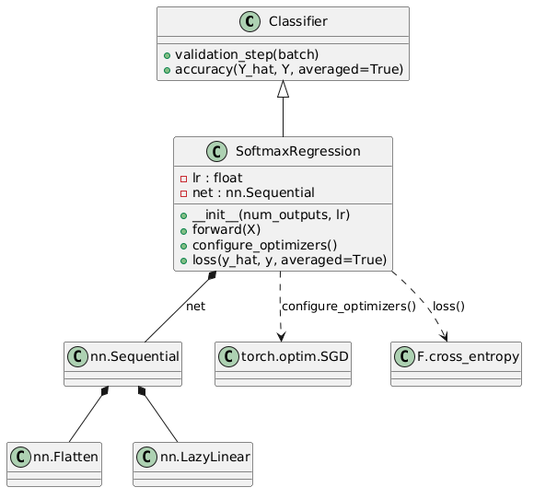
The PlantUML diagram SoftmaxRegression/diagrams/UML-SoftmaxRegressionPytorchAPI.png in TuluiEduardAndrei/DLFromScratch, before a commit. Source of this version:
```plantuml
@startuml
class Classifier {
    +validation_step(batch)
    +accuracy(Y_hat, Y, averaged=True)
}

class SoftmaxRegression {
    -lr : float
    -net : nn.Sequential

    +__init__(num_outputs, lr)
    +forward(X)
    +configure_optimizers()
    +loss(y_hat, y, averaged=True)
}

Classifier <|-- SoftmaxRegression

class "nn.Sequential" as Sequential
class "nn.Flatten" as Flatten
class "nn.LazyLinear" as LazyLinear
class "torch.optim.SGD" as TorchSGD
class "F.cross_entropy" as CrossEntropy

SoftmaxRegression *-- Sequential : net
Sequential *-- Flatten
Sequential *-- LazyLinear
SoftmaxRegression ..> TorchSGD : configure_optimizers()
SoftmaxRegression ..> CrossEntropy : loss()
@enduml
```
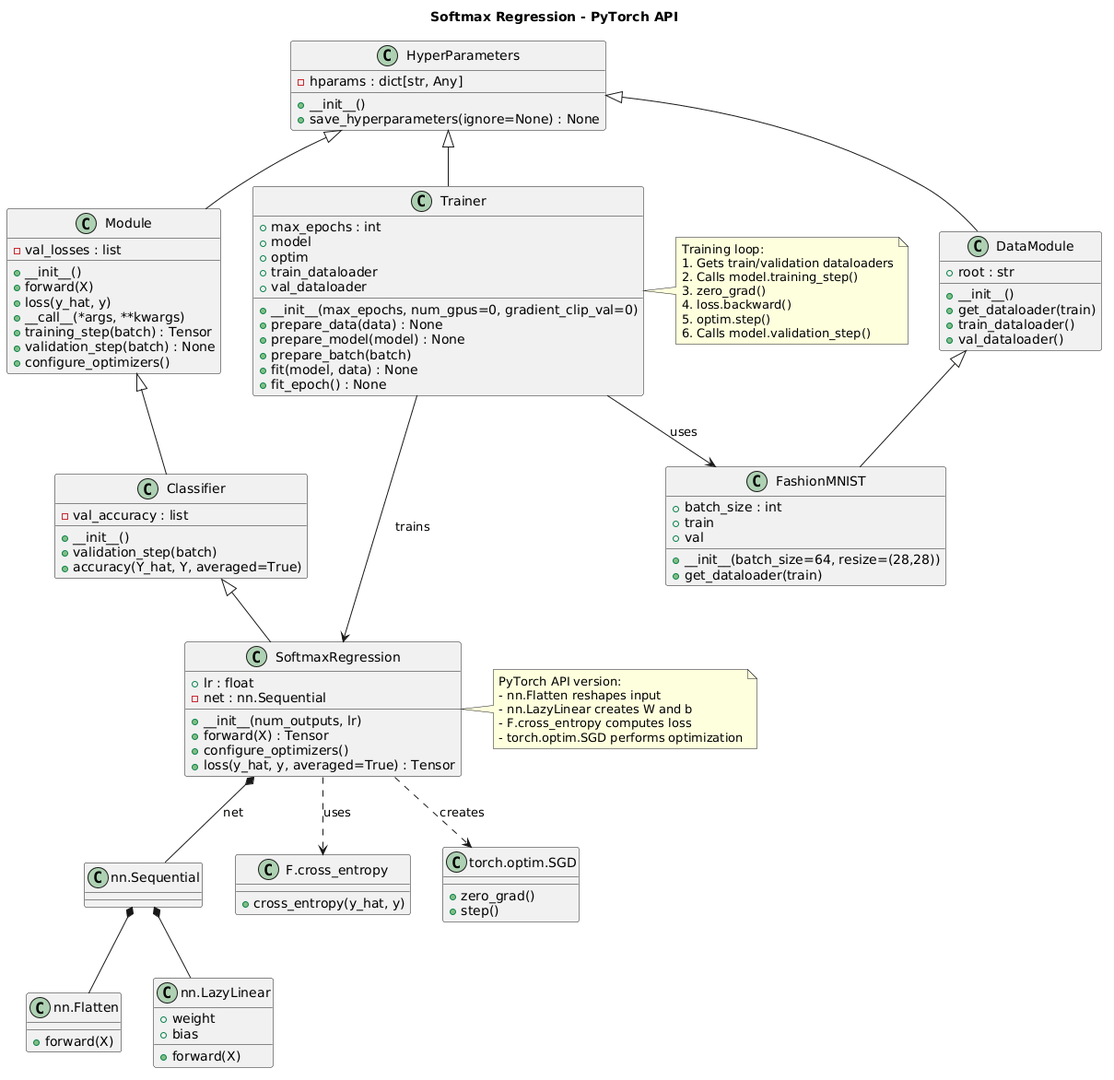
Later version of the same file.

Commit message:
Added the complete version of the UML SoftmaxRegression PyTorch API

Change to the diagram source:
```diff
@@ -1,30 +1,124 @@
 @startuml
+title Softmax Regression - PyTorch API
+
+class HyperParameters {
+    -hparams : dict[str, Any]
+    +__init__()
+    +save_hyperparameters(ignore=None) : None
+}
+
+class Module {
+    -val_losses : list
+    +__init__()
+    +forward(X)
+    +loss(y_hat, y)
+    +__call__(*args, **kwargs)
+    +training_step(batch) : Tensor
+    +validation_step(batch) : None
+    +configure_optimizers()
+}
+
 class Classifier {
+    -val_accuracy : list
+    +__init__()
     +validation_step(batch)
     +accuracy(Y_hat, Y, averaged=True)
 }
 
 class SoftmaxRegression {
-    -lr : float
+    +lr : float
     -net : nn.Sequential
-
     +__init__(num_outputs, lr)
-    +forward(X)
+    +forward(X) : Tensor
     +configure_optimizers()
-    +loss(y_hat, y, averaged=True)
+    +loss(y_hat, y, averaged=True) : Tensor
 }
 
+class Trainer {
+    +max_epochs : int
+    +model
+    +optim
+    +train_dataloader
+    +val_dataloader
+    +__init__(max_epochs, num_gpus=0, gradient_clip_val=0)
+    +prepare_data(data) : None
+    +prepare_model(model) : None
+    +prepare_batch(batch)
+    +fit(model, data) : None
+    +fit_epoch() : None
+}
+
+class DataModule {
+    +root : str
+    +__init__()
+    +get_dataloader(train)
+    +train_dataloader()
+    +val_dataloader()
+}
+
+class FashionMNIST {
+    +batch_size : int
+    +train
+    +val
+    +__init__(batch_size=64, resize=(28,28))
+    +get_dataloader(train)
+}
+
+class "nn.Sequential" as Sequential
+
+class "nn.Flatten" as Flatten {
+    +forward(X)
+}
+
+class "nn.LazyLinear" as LazyLinear {
+    +weight
+    +bias
+    +forward(X)
+}
+
+class "F.cross_entropy" as CrossEntropy {
+    +cross_entropy(y_hat, y)
+}
+
+class "torch.optim.SGD" as TorchSGD {
+    +zero_grad()
+    +step()
+}
+
+HyperParameters <|-- Module
+HyperParameters <|-- Trainer
+HyperParameters <|-- DataModule
+
+Module <|-- Classifier
 Classifier <|-- SoftmaxRegression
 
-class "nn.Sequential" as Sequential
-class "nn.Flatten" as Flatten
-class "nn.LazyLinear" as LazyLinear
-class "torch.optim.SGD" as TorchSGD
-class "F.cross_entropy" as CrossEntropy
+DataModule <|-- FashionMNIST
 
 SoftmaxRegression *-- Sequential : net
 Sequential *-- Flatten
 Sequential *-- LazyLinear
-SoftmaxRegression ..> TorchSGD : configure_optimizers()
-SoftmaxRegression ..> CrossEntropy : loss()
+
+SoftmaxRegression ..> CrossEntropy : uses
+SoftmaxRegression ..> TorchSGD : creates
+
+Trainer --> SoftmaxRegression : trains
+Trainer --> FashionMNIST : uses
+
+note right of SoftmaxRegression
+PyTorch API version:
+- nn.Flatten reshapes input
+- nn.LazyLinear creates W and b
+- F.cross_entropy computes loss
+- torch.optim.SGD performs optimization
+end note
+
+note right of Trainer
+Training loop:
+1. Gets train/validation dataloaders
+2. Calls model.training_step()
+3. zero_grad()
+4. loss.backward()
+5. optim.step()
+6. Calls model.validation_step()
+end note
 @enduml
```
